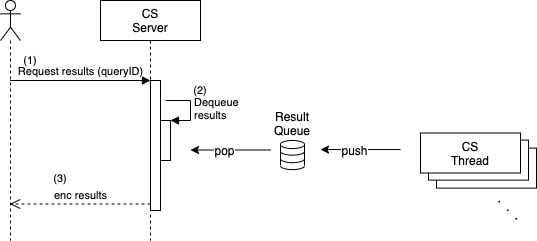
The draw.io diagram doc/spec-ja/source/images/fhetbl_design-seq-cs-01-2.png in iihiro/FHE-Table-Search, before a commit. Source tidied: cells renumbered, new cells last; positions are measured from the earlier drawing's top-left corner, leaving out a move shared by most shapes.
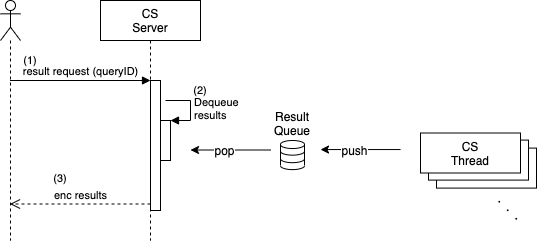
The same diagram one commit later.

Diff of the diagram source:
```diff
@@ -17,7 +17,7 @@
     <mxCell id="6" style="html=1;points=[];perimeter=orthogonalPerimeter;" parent="1" vertex="1">
       <mxGeometry x="150" y="80" width="10" height="130" as="geometry" />
     </mxCell>
-    <mxCell id="7" value="Request results (queryID)" style="html=1;verticalAlign=bottom;endArrow=block;entryX=0;entryY=0;labelBackgroundColor=none;" parent="1" edge="1" source="4" target="6">
+    <mxCell id="7" value="result request (queryID)" style="html=1;verticalAlign=bottom;endArrow=block;entryX=0;entryY=0;labelBackgroundColor=none;" parent="1" edge="1" source="4" target="6">
       <mxGeometry relative="1" as="geometry" />
     </mxCell>
     <mxCell id="8" value="enc results" style="html=1;verticalAlign=bottom;endArrow=open;dashed=1;endSize=8;exitX=0;exitY=0.95;labelBackgroundColor=none;" parent="1" edge="1" source="6" target="4">
```
